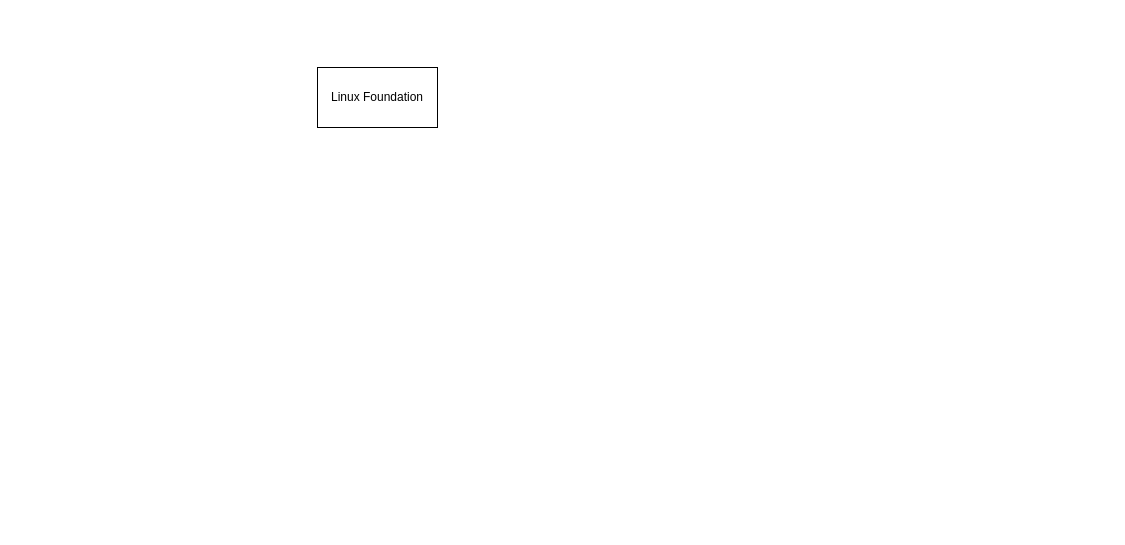
GuilinDev/Notes keeps this draw.io diagram as drawio/LinuxFoundationArchitecture.drawio. Above is the earlier version. Source tidied: cells renumbered, new cells numbered last; positions are measured from the earlier drawing's top-left corner, leaving out a move shared by most shapes. Both pictures are drawn from the tidied source at 100%, with x=0, y=0 at pixel (317, 67).
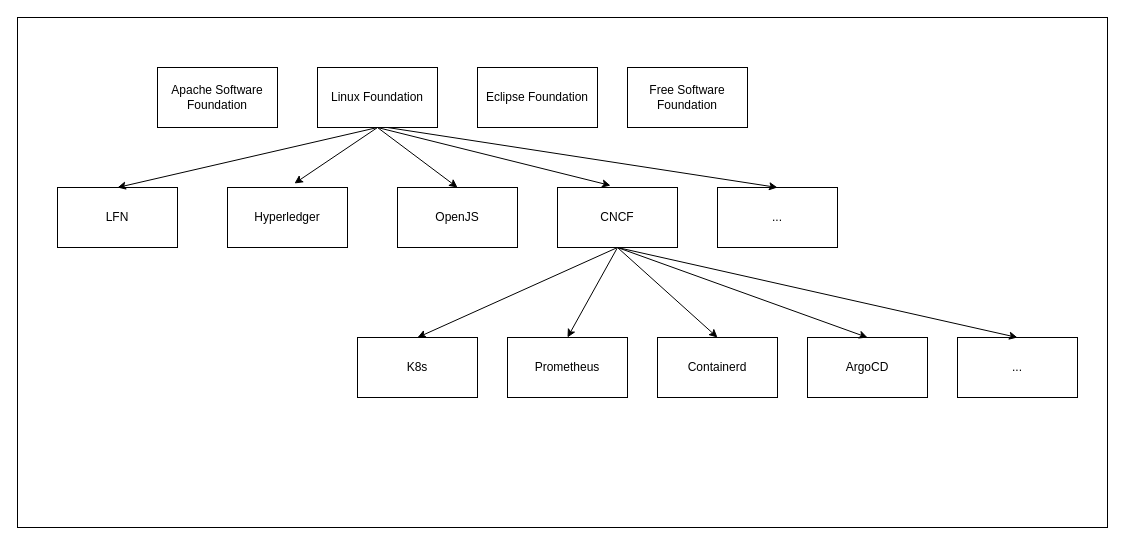
Above is the later version.

Diff of the diagram source:
```diff
@@
+    <mxCell id="3" style="rounded=0;whiteSpace=wrap;html=1;" parent="1" vertex="1">
+      <mxGeometry x="-300" y="-50" width="1090" height="510" as="geometry" />
+    </mxCell>
@@
+    <mxCell id="4" value="LFN" style="rounded=0;whiteSpace=wrap;html=1;" parent="1" vertex="1">
+      <mxGeometry x="-260" y="120" width="120" height="60" as="geometry" />
+    </mxCell>
+    <mxCell id="5" value="Hyperledger" style="rounded=0;whiteSpace=wrap;html=1;" parent="1" vertex="1">
+      <mxGeometry x="-90" y="120" width="120" height="60" as="geometry" />
+    </mxCell>
+    <mxCell id="6" value="OpenJS" style="rounded=0;whiteSpace=wrap;html=1;" parent="1" vertex="1">
+      <mxGeometry x="80" y="120" width="120" height="60" as="geometry" />
+    </mxCell>
+    <mxCell id="7" value="CNCF" style="rounded=0;whiteSpace=wrap;html=1;" parent="1" vertex="1">
+      <mxGeometry x="240" y="120" width="120" height="60" as="geometry" />
+    </mxCell>
+    <mxCell id="8" value="K8s" style="rounded=0;whiteSpace=wrap;html=1;" parent="1" vertex="1">
+      <mxGeometry x="40" y="270" width="120" height="60" as="geometry" />
+    </mxCell>
+    <mxCell id="9" value="Prometheus" style="rounded=0;whiteSpace=wrap;html=1;" parent="1" vertex="1">
+      <mxGeometry x="190" y="270" width="120" height="60" as="geometry" />
+    </mxCell>
+    <mxCell id="10" value="Containerd" style="rounded=0;whiteSpace=wrap;html=1;" parent="1" vertex="1">
+      <mxGeometry x="340" y="270" width="120" height="60" as="geometry" />
+    </mxCell>
+    <mxCell id="11" value="ArgoCD" style="rounded=0;whiteSpace=wrap;html=1;" parent="1" vertex="1">
+      <mxGeometry x="490" y="270" width="120" height="60" as="geometry" />
+    </mxCell>
+    <mxCell id="12" value="..." style="rounded=0;whiteSpace=wrap;html=1;" parent="1" vertex="1">
+      <mxGeometry x="400" y="120" width="120" height="60" as="geometry" />
+    </mxCell>
+    <mxCell id="13" value="..." style="rounded=0;whiteSpace=wrap;html=1;" parent="1" vertex="1">
+      <mxGeometry x="640" y="270" width="120" height="60" as="geometry" />
+    </mxCell>
+    <mxCell id="14" style="endArrow=classic;html=1;rounded=0;entryX=0.5;entryY=0;entryDx=0;entryDy=0;" parent="1" edge="1" target="4">
+      <mxGeometry relative="1" as="geometry">
+        <mxPoint x="60" y="60" as="sourcePoint" />
+      </mxGeometry>
+    </mxCell>
+    <mxCell id="15" style="endArrow=classic;html=1;rounded=0;entryX=0.558;entryY=-0.067;entryDx=0;entryDy=0;entryPerimeter=0;" parent="1" edge="1" target="5">
+      <mxGeometry relative="1" as="geometry">
+        <mxPoint x="60" y="60" as="sourcePoint" />
+      </mxGeometry>
+    </mxCell>
+    <mxCell id="16" style="endArrow=classic;html=1;rounded=0;entryX=0.5;entryY=0;entryDx=0;entryDy=0;" parent="1" edge="1" target="6">
+      <mxGeometry relative="1" as="geometry">
+        <mxPoint x="60" y="60" as="sourcePoint" />
+      </mxGeometry>
+    </mxCell>
+    <mxCell id="17" style="endArrow=classic;html=1;rounded=0;entryX=0.442;entryY=-0.033;entryDx=0;entryDy=0;entryPerimeter=0;" parent="1" edge="1" target="7">
+      <mxGeometry relative="1" as="geometry">
+        <mxPoint x="60" y="60" as="sourcePoint" />
+      </mxGeometry>
+    </mxCell>
+    <mxCell id="18" style="endArrow=classic;html=1;rounded=0;entryX=0.5;entryY=0;entryDx=0;entryDy=0;" parent="1" edge="1" target="12">
+      <mxGeometry relative="1" as="geometry">
+        <mxPoint x="70" y="60" as="sourcePoint" />
+      </mxGeometry>
+    </mxCell>
+    <mxCell id="19" style="endArrow=classic;html=1;rounded=0;entryX=0.5;entryY=0;entryDx=0;entryDy=0;exitX=0.5;exitY=1;exitDx=0;exitDy=0;" parent="1" edge="1" source="7" target="8">
+      <mxGeometry relative="1" as="geometry" />
+    </mxCell>
+    <mxCell id="20" style="endArrow=classic;html=1;rounded=0;entryX=0.5;entryY=0;entryDx=0;entryDy=0;exitX=0.5;exitY=1;exitDx=0;exitDy=0;" parent="1" edge="1" source="7" target="9">
+      <mxGeometry relative="1" as="geometry" />
+    </mxCell>
+    <mxCell id="21" style="endArrow=classic;html=1;rounded=0;entryX=0.5;entryY=0;entryDx=0;entryDy=0;exitX=0.5;exitY=1;exitDx=0;exitDy=0;" parent="1" edge="1" source="7" target="10">
+      <mxGeometry relative="1" as="geometry" />
+    </mxCell>
+    <mxCell id="22" style="endArrow=classic;html=1;rounded=0;entryX=0.5;entryY=0;entryDx=0;entryDy=0;" parent="1" edge="1" target="11">
+      <mxGeometry relative="1" as="geometry">
+        <mxPoint x="300" y="180" as="sourcePoint" />
+      </mxGeometry>
+    </mxCell>
+    <mxCell id="23" style="endArrow=classic;html=1;rounded=0;entryX=0.5;entryY=0;entryDx=0;entryDy=0;" parent="1" edge="1" target="13">
+      <mxGeometry relative="1" as="geometry">
+        <mxPoint x="300" y="180" as="sourcePoint" />
+      </mxGeometry>
+    </mxCell>
+    <mxCell id="24" value="Apache Software Foundation" style="rounded=0;whiteSpace=wrap;html=1;" parent="1" vertex="1">
+      <mxGeometry x="-160" width="120" height="60" as="geometry" />
+    </mxCell>
+    <mxCell id="25" value="Eclipse Foundation" style="rounded=0;whiteSpace=wrap;html=1;" parent="1" vertex="1">
+      <mxGeometry x="160" width="120" height="60" as="geometry" />
+    </mxCell>
+    <mxCell id="26" value="Free Software Foundation" style="rounded=0;whiteSpace=wrap;html=1;" parent="1" vertex="1">
+      <mxGeometry x="310" width="120" height="60" as="geometry" />
+    </mxCell>
```
